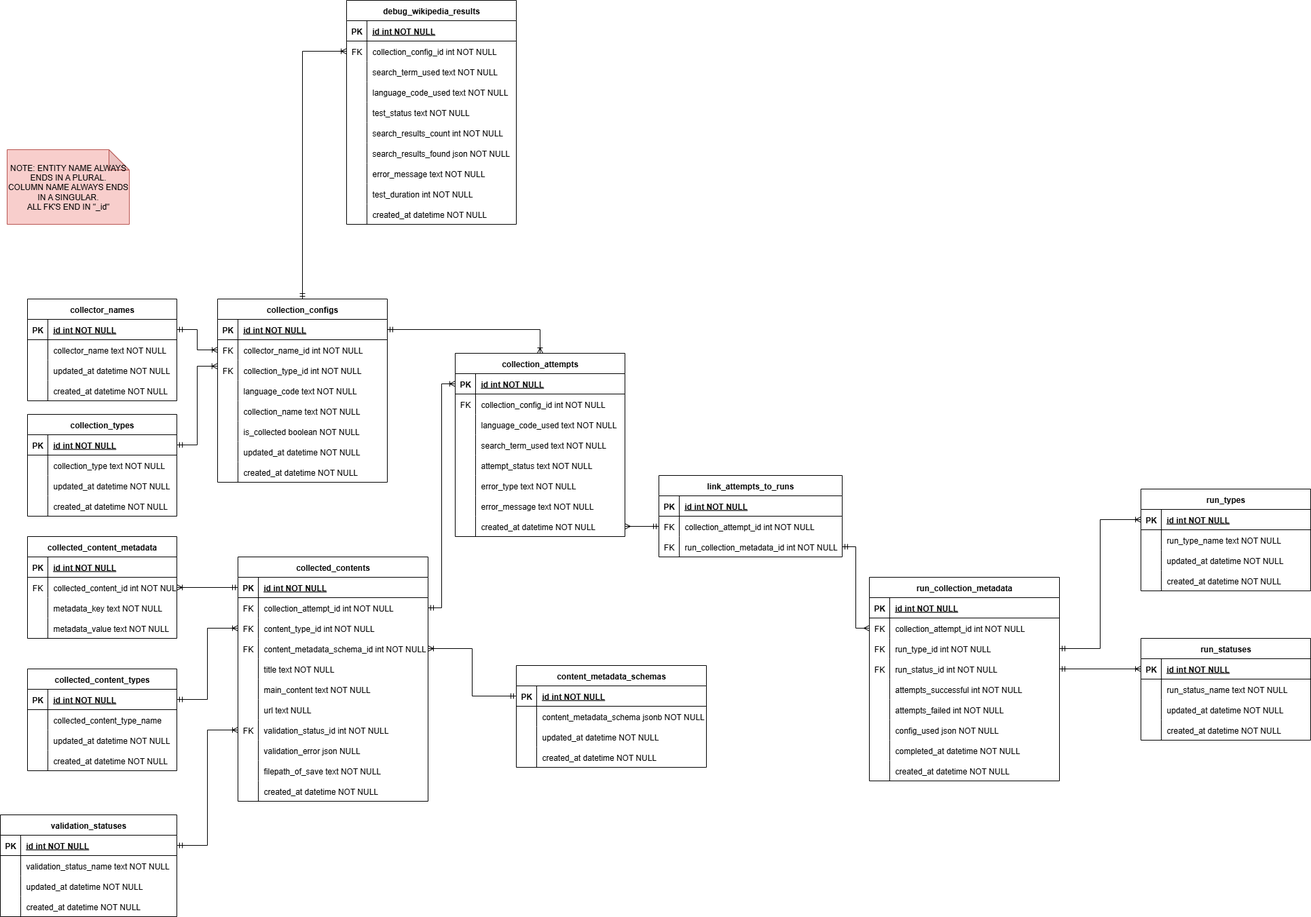
Earlier version of the draw.io export docs/diagrams/ERD.drawio.png (Zayeer-S/EpochAI). Source tidied: cells renumbered, new cells last; positions are measured from the earlier drawing's top-left corner, leaving out a move shared by most shapes.
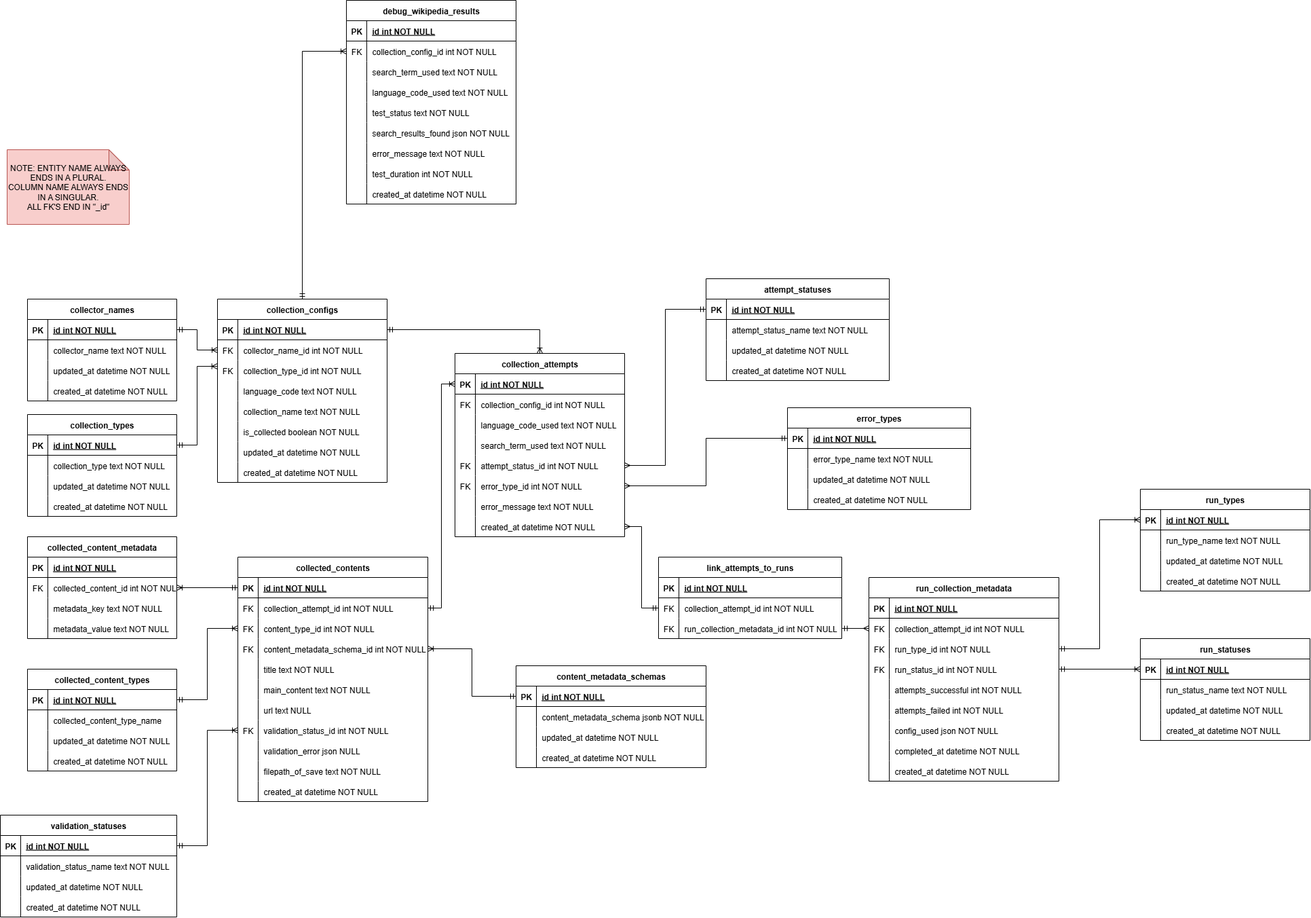
After the change.

Commit message:
docus: update erd to remove search_results_count colum from debug_wikipedia_results table and create 2 new lookup tables for collection_attempts

Diff of the diagram source:
```diff
@@ -203,19 +203,19 @@
     <mxCell id="68" style="shape=partialRectangle;fillColor=none;points=[[0,0.5],[1,0.5]];portConstraint=eastwest;top=0;left=0;right=0;bottom=0;" parent="55" vertex="1">
       <mxGeometry y="150" width="250" height="30" as="geometry" />
     </mxCell>
-    <mxCell id="69" style="shape=partialRectangle;overflow=hidden;fillColor=none;top=0;left=0;bottom=0;right=0;" parent="68" vertex="1">
+    <mxCell id="69" value="FK" style="shape=partialRectangle;overflow=hidden;fillColor=none;top=0;left=0;bottom=0;right=0;" parent="68" vertex="1">
       <mxGeometry width="30" height="30" as="geometry" />
     </mxCell>
-    <mxCell id="70" value="attempt_status text NOT NULL" style="shape=partialRectangle;overflow=hidden;fillColor=none;top=0;left=0;bottom=0;right=0;align=left;spacingLeft=6;" parent="68" vertex="1">
+    <mxCell id="70" value="attempt_status_id int NOT NULL" style="shape=partialRectangle;overflow=hidden;fillColor=none;top=0;left=0;bottom=0;right=0;align=left;spacingLeft=6;" parent="68" vertex="1">
       <mxGeometry x="30" width="220" height="30" as="geometry" />
     </mxCell>
     <mxCell id="71" style="shape=partialRectangle;fillColor=none;points=[[0,0.5],[1,0.5]];portConstraint=eastwest;top=0;left=0;right=0;bottom=0;" parent="55" vertex="1">
       <mxGeometry y="180" width="250" height="30" as="geometry" />
     </mxCell>
-    <mxCell id="72" style="shape=partialRectangle;overflow=hidden;fillColor=none;top=0;left=0;bottom=0;right=0;" parent="71" vertex="1">
+    <mxCell id="72" value="FK" style="shape=partialRectangle;overflow=hidden;fillColor=none;top=0;left=0;bottom=0;right=0;" parent="71" vertex="1">
       <mxGeometry width="30" height="30" as="geometry" />
     </mxCell>
-    <mxCell id="73" value="error_type text NOT NULL" style="shape=partialRectangle;overflow=hidden;fillColor=none;top=0;left=0;bottom=0;right=0;align=left;spacingLeft=6;" parent="71" vertex="1">
+    <mxCell id="73" value="error_type_id int NOT NULL" style="shape=partialRectangle;overflow=hidden;fillColor=none;top=0;left=0;bottom=0;right=0;align=left;spacingLeft=6;" parent="71" vertex="1">
       <mxGeometry x="30" width="220" height="30" as="geometry" />
     </mxCell>
     <mxCell id="74" style="shape=partialRectangle;fillColor=none;top=0;left=0;right=0;bottom=0;" parent="55" vertex="1">
@@ -384,7 +384,7 @@
       <mxGeometry relative="1" as="geometry" />
     </mxCell>
     <mxCell id="129" value="debug_wikipedia_results" style="shape=table;startSize=30;rowLines=0;fontStyle=1;align=center;" parent="1" vertex="1">
-      <mxGeometry x="510" width="250" height="330" as="geometry" />
+      <mxGeometry x="510" width="250" height="300" as="geometry" />
     </mxCell>
     <mxCell id="130" style="shape=partialRectangle;fillColor=none;top=0;left=0;right=0;bottom=1;" parent="129" vertex="1">
       <mxGeometry y="30" width="250" height="30" as="geometry" />
@@ -431,17 +431,8 @@
     <mxCell id="144" value="test_status text NOT NULL" style="shape=partialRectangle;overflow=hidden;fillColor=none;top=0;left=0;bottom=0;right=0;align=left;spacingLeft=6;" parent="142" vertex="1">
       <mxGeometry x="30" width="220" height="30" as="geometry" />
     </mxCell>
-    <mxCell id="145" style="shape=partialRectangle;fillColor=none;top=0;left=0;right=0;bottom=0;" parent="129" vertex="1">
-      <mxGeometry y="180" width="250" height="30" as="geometry" />
-    </mxCell>
-    <mxCell id="146" style="shape=partialRectangle;overflow=hidden;fillColor=none;top=0;left=0;bottom=0;right=0;" parent="145" vertex="1">
-      <mxGeometry width="30" height="30" as="geometry" />
-    </mxCell>
-    <mxCell id="147" value="search_results_count int NOT NULL" style="shape=partialRectangle;overflow=hidden;fillColor=none;top=0;left=0;bottom=0;right=0;align=left;spacingLeft=6;" parent="145" vertex="1">
-      <mxGeometry x="30" width="220" height="30" as="geometry" />
-    </mxCell>
     <mxCell id="148" style="shape=partialRectangle;fillColor=none;top=0;left=0;right=0;bottom=0;" parent="129" vertex="1">
-      <mxGeometry y="210" width="250" height="30" as="geometry" />
+      <mxGeometry y="180" width="250" height="30" as="geometry" />
     </mxCell>
     <mxCell id="149" style="shape=partialRectangle;overflow=hidden;fillColor=none;top=0;left=0;bottom=0;right=0;" parent="148" vertex="1">
       <mxGeometry width="30" height="30" as="geometry" />
@@ -450,7 +441,7 @@
       <mxGeometry x="30" width="220" height="30" as="geometry" />
     </mxCell>
     <mxCell id="151" style="shape=partialRectangle;fillColor=none;top=0;left=0;right=0;bottom=0;" parent="129" vertex="1">
-      <mxGeometry y="240" width="250" height="30" as="geometry" />
+      <mxGeometry y="210" width="250" height="30" as="geometry" />
     </mxCell>
     <mxCell id="152" style="shape=partialRectangle;overflow=hidden;fillColor=none;top=0;left=0;bottom=0;right=0;" parent="151" vertex="1">
       <mxGeometry width="30" height="30" as="geometry" />
@@ -459,7 +450,7 @@
       <mxGeometry x="30" width="220" height="30" as="geometry" />
     </mxCell>
     <mxCell id="154" style="shape=partialRectangle;fillColor=none;top=0;left=0;right=0;bottom=0;" parent="129" vertex="1">
-      <mxGeometry y="270" width="250" height="30" as="geometry" />
+      <mxGeometry y="240" width="250" height="30" as="geometry" />
     </mxCell>
     <mxCell id="155" style="shape=partialRectangle;overflow=hidden;fillColor=none;top=0;left=0;bottom=0;right=0;" parent="154" vertex="1">
       <mxGeometry width="30" height="30" as="geometry" />
@@ -468,7 +459,7 @@
       <mxGeometry x="30" width="220" height="30" as="geometry" />
     </mxCell>
     <mxCell id="157" style="shape=partialRectangle;fillColor=none;top=0;left=0;right=0;bottom=0;" parent="129" vertex="1">
-      <mxGeometry y="300" width="250" height="30" as="geometry" />
+      <mxGeometry y="270" width="250" height="30" as="geometry" />
     </mxCell>
     <mxCell id="158" style="shape=partialRectangle;overflow=hidden;fillColor=none;top=0;left=0;bottom=0;right=0;" parent="157" vertex="1">
       <mxGeometry width="30" height="30" as="geometry" />
@@ -696,7 +687,7 @@
       <mxGeometry relative="1" as="geometry" />
     </mxCell>
     <mxCell id="233" value="link_attempts_to_runs" style="shape=table;startSize=30;rowLines=0;fontStyle=1;align=center;" parent="1" vertex="1">
-      <mxGeometry x="970" y="700" width="270" height="120" as="geometry" />
+      <mxGeometry x="970" y="820" width="270" height="120" as="geometry" />
     </mxCell>
     <mxCell id="234" style="shape=partialRectangle;fillColor=none;top=0;left=0;right=0;bottom=1;" parent="233" vertex="1">
       <mxGeometry y="30" width="270" height="30" as="geometry" />
@@ -815,5 +806,89 @@
     <mxCell id="272" style="edgeStyle=orthogonalEdgeStyle;rounded=0;jettySize=auto;html=1;exitX=0;exitY=0.5;exitDx=0;exitDy=0;endArrow=ERoneToMany;endFill=0;startArrow=ERmandOne;startFill=0;entryX=1;entryY=0.5;entryDx=0;entryDy=0;" parent="1" edge="1" source="260" target="91">
       <mxGeometry relative="1" as="geometry" />
     </mxCell>
+    <mxCell id="273" value="error_types" style="shape=table;startSize=30;rowLines=0;fontStyle=1;align=center;" parent="1" vertex="1">
+      <mxGeometry x="1160" y="600" width="270" height="150" as="geometry" />
+    </mxCell>
+    <mxCell id="274" style="shape=partialRectangle;fillColor=none;points=[[0,0.5],[1,0.5]];portConstraint=eastwest;top=0;left=0;right=0;bottom=1;" parent="273" vertex="1">
+      <mxGeometry y="30" width="270" height="30" as="geometry" />
+    </mxCell>
+    <mxCell id="275" value="PK" style="shape=partialRectangle;overflow=hidden;fillColor=none;top=0;left=0;bottom=0;right=0;fontStyle=1;" parent="274" vertex="1">
+      <mxGeometry width="30" height="30" as="geometry" />
+    </mxCell>
+    <mxCell id="276" value="id int NOT NULL" style="shape=partialRectangle;overflow=hidden;fillColor=none;top=0;left=0;bottom=0;right=0;align=left;spacingLeft=6;fontStyle=5;" parent="274" vertex="1">
+      <mxGeometry x="30" width="240" height="30" as="geometry" />
+    </mxCell>
+    <mxCell id="277" style="shape=partialRectangle;fillColor=none;top=0;left=0;right=0;bottom=0;" parent="273" vertex="1">
+      <mxGeometry y="60" width="270" height="30" as="geometry" />
+    </mxCell>
+    <mxCell id="278" style="shape=partialRectangle;overflow=hidden;fillColor=none;top=0;left=0;bottom=0;right=0;" parent="277" vertex="1">
+      <mxGeometry width="30" height="30" as="geometry" />
+    </mxCell>
+    <mxCell id="279" value="error_type_name text NOT NULL" style="shape=partialRectangle;overflow=hidden;fillColor=none;top=0;left=0;bottom=0;right=0;align=left;spacingLeft=6;" parent="277" vertex="1">
+      <mxGeometry x="30" width="240" height="30" as="geometry" />
+    </mxCell>
+    <mxCell id="280" style="shape=partialRectangle;fillColor=none;top=0;left=0;right=0;bottom=0;" parent="273" vertex="1">
+      <mxGeometry y="90" width="270" height="30" as="geometry" />
+    </mxCell>
+    <mxCell id="281" style="shape=partialRectangle;overflow=hidden;fillColor=none;top=0;left=0;bottom=0;right=0;" parent="280" vertex="1">
+      <mxGeometry width="30" height="30" as="geometry" />
+    </mxCell>
+    <mxCell id="282" value="updated_at datetime NOT NULL" style="shape=partialRectangle;overflow=hidden;fillColor=none;top=0;left=0;bottom=0;right=0;align=left;spacingLeft=6;" parent="280" vertex="1">
+      <mxGeometry x="30" width="240" height="30" as="geometry" />
+    </mxCell>
+    <mxCell id="283" style="shape=partialRectangle;fillColor=none;top=0;left=0;right=0;bottom=0;" parent="273" vertex="1">
+      <mxGeometry y="120" width="270" height="30" as="geometry" />
+    </mxCell>
+    <mxCell id="284" style="shape=partialRectangle;overflow=hidden;fillColor=none;top=0;left=0;bottom=0;right=0;" parent="283" vertex="1">
+      <mxGeometry width="30" height="30" as="geometry" />
+    </mxCell>
+    <mxCell id="285" value="created_at datetime NOT NULL" style="shape=partialRectangle;overflow=hidden;fillColor=none;top=0;left=0;bottom=0;right=0;align=left;spacingLeft=6;" parent="283" vertex="1">
+      <mxGeometry x="30" width="240" height="30" as="geometry" />
+    </mxCell>
+    <mxCell id="286" style="edgeStyle=orthogonalEdgeStyle;rounded=0;jettySize=auto;html=1;endArrow=ERmandOne;endFill=0;startArrow=ERmany;startFill=0;entryX=0;entryY=0.5;entryDx=0;entryDy=0;exitX=1;exitY=0.5;exitDx=0;exitDy=0;" parent="1" edge="1" source="71" target="274">
+      <mxGeometry relative="1" as="geometry" />
+    </mxCell>
+    <mxCell id="287" value="attempt_statuses" style="shape=table;startSize=30;rowLines=0;fontStyle=1;align=center;" parent="1" vertex="1">
+      <mxGeometry x="1040" y="410" width="270" height="150" as="geometry" />
+    </mxCell>
+    <mxCell id="288" style="shape=partialRectangle;fillColor=none;points=[[0,0.5],[1,0.5]];portConstraint=eastwest;top=0;left=0;right=0;bottom=1;" parent="287" vertex="1">
+      <mxGeometry y="30" width="270" height="30" as="geometry" />
+    </mxCell>
+    <mxCell id="289" value="PK" style="shape=partialRectangle;overflow=hidden;fillColor=none;top=0;left=0;bottom=0;right=0;fontStyle=1;" parent="288" vertex="1">
+      <mxGeometry width="30" height="30" as="geometry" />
+    </mxCell>
+    <mxCell id="290" value="id int NOT NULL" style="shape=partialRectangle;overflow=hidden;fillColor=none;top=0;left=0;bottom=0;right=0;align=left;spacingLeft=6;fontStyle=5;" parent="288" vertex="1">
+      <mxGeometry x="30" width="240" height="30" as="geometry" />
+    </mxCell>
+    <mxCell id="291" style="shape=partialRectangle;fillColor=none;top=0;left=0;right=0;bottom=0;" parent="287" vertex="1">
+      <mxGeometry y="60" width="270" height="30" as="geometry" />
+    </mxCell>
+    <mxCell id="292" style="shape=partialRectangle;overflow=hidden;fillColor=none;top=0;left=0;bottom=0;right=0;" parent="291" vertex="1">
+      <mxGeometry width="30" height="30" as="geometry" />
+    </mxCell>
+    <mxCell id="293" value="attempt_status_name text NOT NULL" style="shape=partialRectangle;overflow=hidden;fillColor=none;top=0;left=0;bottom=0;right=0;align=left;spacingLeft=6;" parent="291" vertex="1">
+      <mxGeometry x="30" width="240" height="30" as="geometry" />
+    </mxCell>
+    <mxCell id="294" style="shape=partialRectangle;fillColor=none;top=0;left=0;right=0;bottom=0;" parent="287" vertex="1">
+      <mxGeometry y="90" width="270" height="30" as="geometry" />
+    </mxCell>
+    <mxCell id="295" style="shape=partialRectangle;overflow=hidden;fillColor=none;top=0;left=0;bottom=0;right=0;" parent="294" vertex="1">
+      <mxGeometry width="30" height="30" as="geometry" />
+    </mxCell>
+    <mxCell id="296" value="updated_at datetime NOT NULL" style="shape=partialRectangle;overflow=hidden;fillColor=none;top=0;left=0;bottom=0;right=0;align=left;spacingLeft=6;" parent="294" vertex="1">
+      <mxGeometry x="30" width="240" height="30" as="geometry" />
+    </mxCell>
+    <mxCell id="297" style="shape=partialRectangle;fillColor=none;top=0;left=0;right=0;bottom=0;" parent="287" vertex="1">
+      <mxGeometry y="120" width="270" height="30" as="geometry" />
+    </mxCell>
+    <mxCell id="298" style="shape=partialRectangle;overflow=hidden;fillColor=none;top=0;left=0;bottom=0;right=0;" parent="297" vertex="1">
+      <mxGeometry width="30" height="30" as="geometry" />
+    </mxCell>
+    <mxCell id="299" value="created_at datetime NOT NULL" style="shape=partialRectangle;overflow=hidden;fillColor=none;top=0;left=0;bottom=0;right=0;align=left;spacingLeft=6;" parent="297" vertex="1">
+      <mxGeometry x="30" width="240" height="30" as="geometry" />
+    </mxCell>
+    <mxCell id="300" style="edgeStyle=orthogonalEdgeStyle;rounded=0;jettySize=auto;html=1;endArrow=ERmandOne;endFill=0;startArrow=ERmany;startFill=0;entryX=0;entryY=0.5;entryDx=0;entryDy=0;exitX=1;exitY=0.5;exitDx=0;exitDy=0;" parent="1" edge="1" source="68" target="288">
+      <mxGeometry relative="1" as="geometry" />
+    </mxCell>
   </root>
 </mxGraphModel>
```
